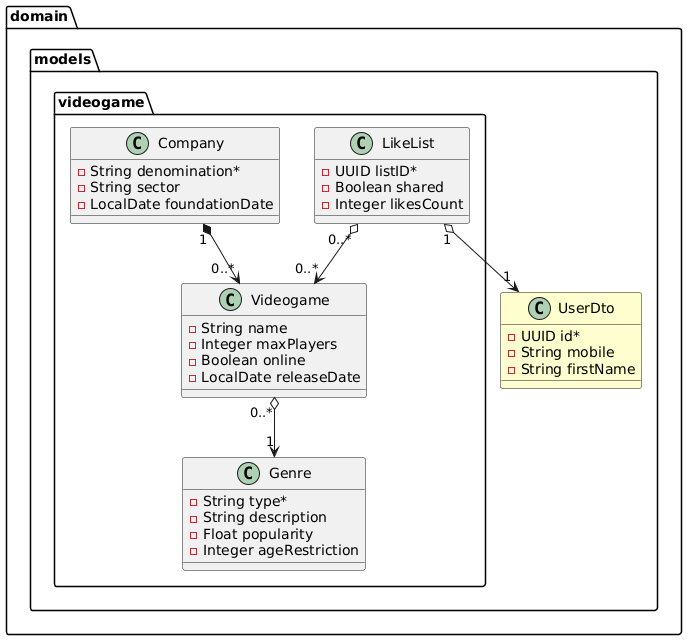
The PlantUML diagram docs/videogame.png in miw-upm/apaw-practice, before a commit.
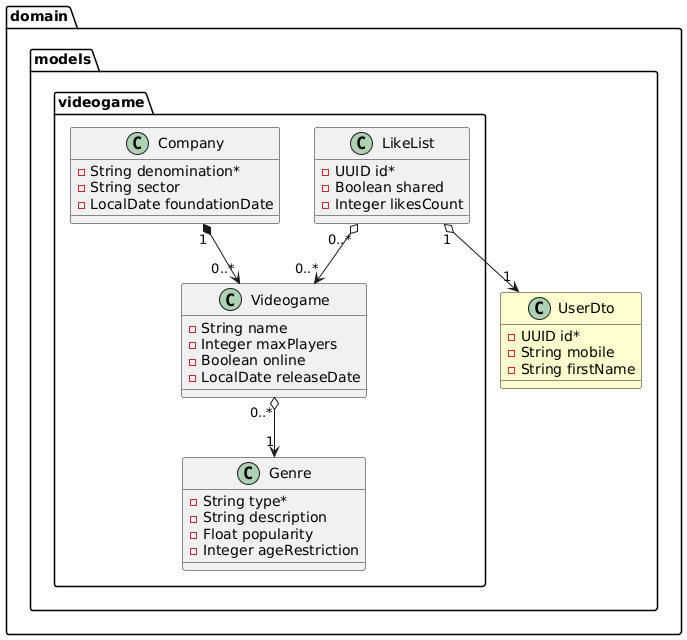
Above is the later version.

What changed in the source:
```diff
@@ -16,7 +16,7 @@
 
       }
       class LikeList {
-        -UUID listID*
+        -UUID id*
         -Boolean shared
         -Integer likesCount
       }
```
